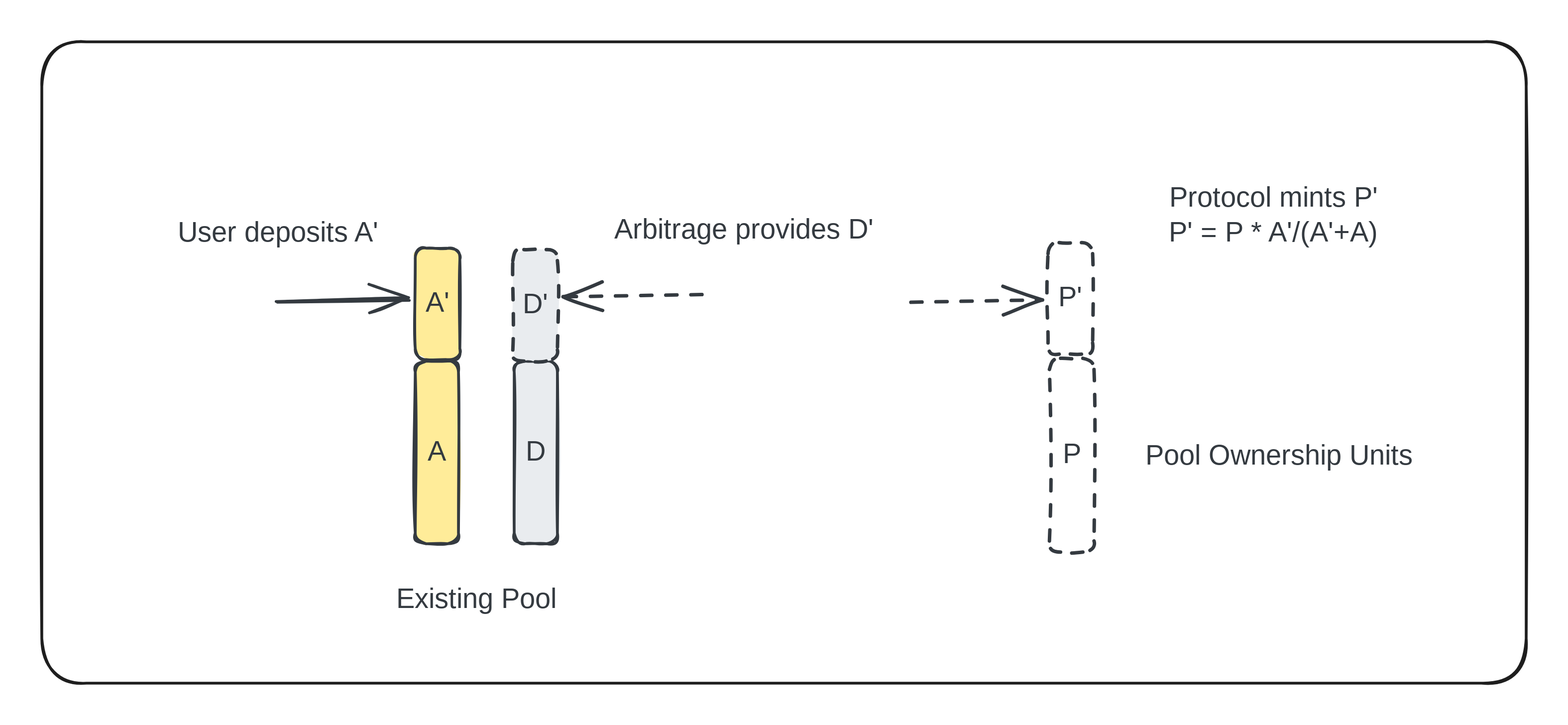
Above: .gitbook/assets/file.excalidraw (9).svg in decaswap-labs/docs (Excalidraw), before the change. Source tidied: one line per element, renumbered; positions are measured from the earlier drawing's top-left corner, leaving out a move shared by most shapes.
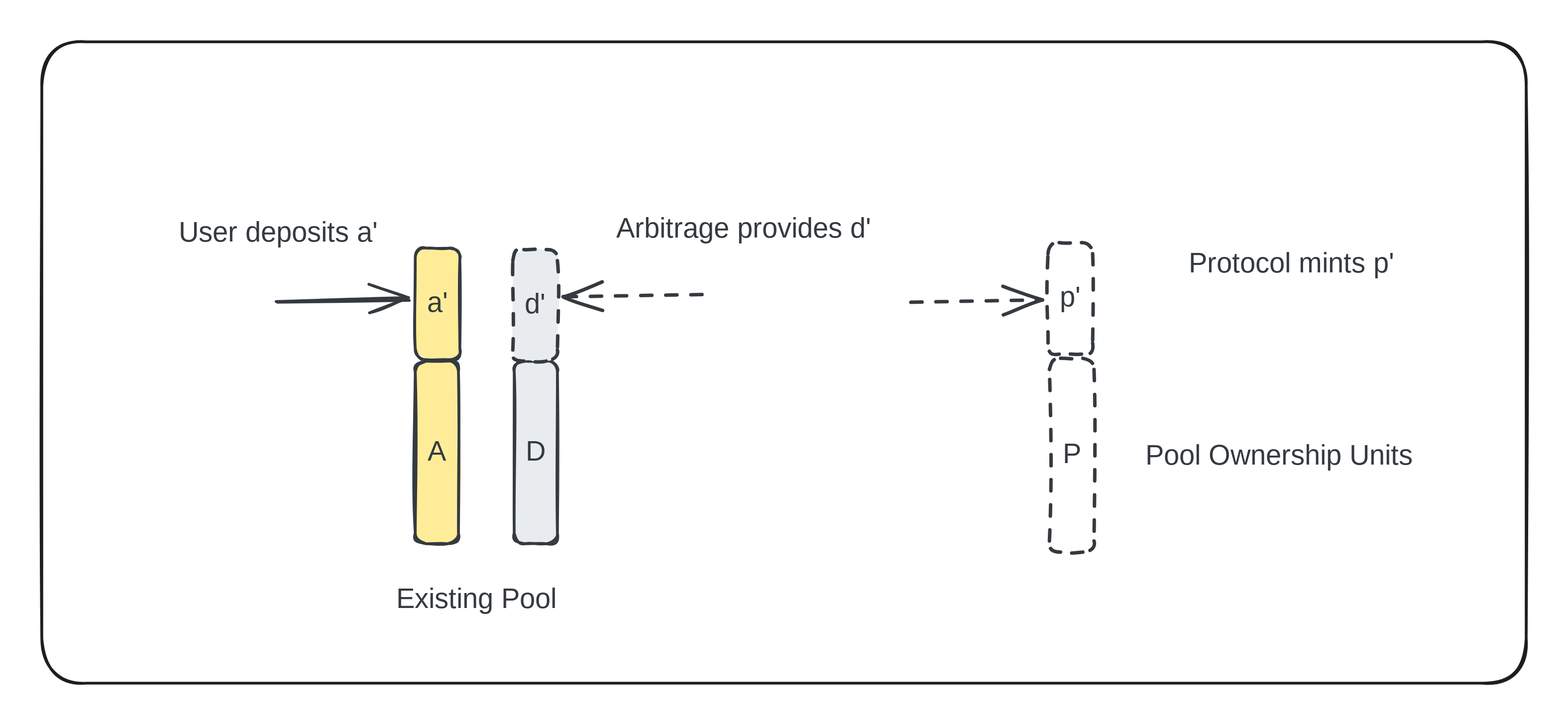
After the change.

Commit message:
GITBOOK-38: No subject

Diff of the diagram source:
```diff
@@ -3,19 +3,19 @@
 {"id": 2, "type": "rectangle", "strokeColor": "#343a40", "backgroundColor": "#e9ecef", "fillStyle": "solid", "strokeWidth": 2, "roughness": 1, "round": true, "x": 339, "y": 229, "width": 31, "height": 131}
 {"id": 3, "type": "text", "text": "D", "strokeColor": "#343a40", "backgroundColor": "#e9ecef", "fillStyle": "solid", "strokeWidth": 2, "roughness": 1, "fontSize": 20, "fontFamily": 1, "textAlign": "center", "verticalAlign": "middle", "inside": 2, "x": 347, "y": 282, "width": 16, "height": 25}
 {"id": 4, "type": "rectangle", "strokeColor": "#343a40", "backgroundColor": "#ffec99", "fillStyle": "solid", "strokeWidth": 2, "roughness": 1, "round": true, "x": 268, "y": 148, "width": 32, "height": 80}
-{"id": 5, "type": "text", "text": "A'", "strokeColor": "#343a40", "backgroundColor": "#e9ecef", "fillStyle": "solid", "strokeWidth": 2, "roughness": 1, "fontSize": 20, "fontFamily": 1, "textAlign": "center", "verticalAlign": "middle", "inside": 4, "x": 275, "y": 176, "width": 18, "height": 25}
+{"id": 5, "type": "text", "text": "a'", "strokeColor": "#343a40", "backgroundColor": "#e9ecef", "fillStyle": "solid", "strokeWidth": 2, "roughness": 1, "fontSize": 20, "fontFamily": 1, "textAlign": "center", "verticalAlign": "middle", "inside": 4, "x": 275, "y": 176, "width": 19, "height": 25}
 {"id": 6, "type": "rectangle", "strokeColor": "#343a40", "backgroundColor": "#e9ecef", "fillStyle": "solid", "strokeWidth": 2, "strokeStyle": "dashed", "roughness": 1, "round": true, "x": 338, "y": 149, "width": 32, "height": 80}
-{"id": 7, "type": "text", "text": "D'", "strokeColor": "#343a40", "backgroundColor": "#e9ecef", "fillStyle": "solid", "strokeWidth": 2, "roughness": 1, "fontSize": 20, "fontFamily": 1, "textAlign": "center", "verticalAlign": "middle", "inside": 6, "x": 343, "y": 176, "width": 21, "height": 25}
+{"id": 7, "type": "text", "text": "d'", "strokeColor": "#343a40", "backgroundColor": "#e9ecef", "fillStyle": "solid", "strokeWidth": 2, "roughness": 1, "fontSize": 20, "fontFamily": 1, "textAlign": "center", "verticalAlign": "middle", "inside": 6, "x": 346, "y": 176, "width": 17, "height": 25}
 {"id": 8, "type": "text", "text": "Existing Pool ", "strokeColor": "#343a40", "backgroundColor": "#e9ecef", "fillStyle": "solid", "strokeWidth": 2, "strokeStyle": "dashed", "roughness": 1, "fontSize": 20, "fontFamily": 1, "textAlign": "center", "x": 247, "y": 388, "width": 136, "height": 25}
-{"id": 9, "type": "text", "text": "User deposits A'", "strokeColor": "#343a40", "backgroundColor": "#e9ecef", "fillStyle": "solid", "strokeWidth": 2, "strokeStyle": "dashed", "roughness": 1, "fontSize": 20, "fontFamily": 1, "textAlign": "center", "x": 88, "y": 125, "width": 164, "height": 25}
+{"id": 9, "type": "text", "text": "User deposits a'", "strokeColor": "#343a40", "backgroundColor": "#e9ecef", "fillStyle": "solid", "strokeWidth": 2, "strokeStyle": "dashed", "roughness": 1, "fontSize": 20, "fontFamily": 1, "textAlign": "center", "x": 88, "y": 125, "width": 164, "height": 25}
-{"id": 10, "type": "text", "text": "Arbitrage provides D'", "strokeColor": "#343a40", "backgroundColor": "#e9ecef", "fillStyle": "solid", "strokeWidth": 2, "strokeStyle": "dashed", "roughness": 1, "fontSize": 20, "fontFamily": 1, "textAlign": "center", "x": 399, "y": 123, "width": 209, "height": 25}
+{"id": 10, "type": "text", "text": "Arbitrage provides d'", "strokeColor": "#343a40", "backgroundColor": "#e9ecef", "fillStyle": "solid", "strokeWidth": 2, "strokeStyle": "dashed", "roughness": 1, "fontSize": 20, "fontFamily": 1, "textAlign": "center", "x": 401, "y": 122, "width": 205, "height": 25}
 {"id": 11, "type": "arrow", "strokeColor": "#343a40", "backgroundColor": "#e9ecef", "fillStyle": "solid", "strokeWidth": 2, "roughness": 1, "endArrowhead": "arrow", "round": true, "to": 4, "x": 168, "y": 186, "width": 95, "height": 1, "points": [[0, 0], [95, -1]]}
 {"id": 12, "type": "arrow", "strokeColor": "#343a40", "backgroundColor": "#e9ecef", "fillStyle": "solid", "strokeWidth": 2, "strokeStyle": "dashed", "roughness": 1, "endArrowhead": "arrow", "round": true, "to": 6, "x": 473, "y": 181, "width": 99, "height": 2, "points": [[0, 0], [-99, 2]]}
 {"id": 13, "type": "rectangle", "strokeColor": "#343a40", "backgroundColor": "#ffffff", "fillStyle": "solid", "strokeWidth": 2, "strokeStyle": "dashed", "roughness": 1, "round": true, "x": 722, "y": 144, "width": 32, "height": 80}
-{"id": 14, "type": "text", "text": "P'", "strokeColor": "#343a40", "backgroundColor": "#e9ecef", "fillStyle": "solid", "strokeWidth": 2, "roughness": 1, "fontSize": 20, "fontFamily": 1, "textAlign": "center", "verticalAlign": "middle", "inside": 13, "x": 729, "y": 172, "width": 19, "height": 25}
+{"id": 14, "type": "text", "text": "p'", "strokeColor": "#343a40", "backgroundColor": "#e9ecef", "fillStyle": "solid", "strokeWidth": 2, "roughness": 1, "fontSize": 20, "fontFamily": 1, "textAlign": "center", "verticalAlign": "middle", "inside": 13, "x": 730, "y": 172, "width": 15, "height": 25}
 {"id": 15, "type": "rectangle", "strokeColor": "#343a40", "backgroundColor": "#ffffff", "fillStyle": "solid", "strokeWidth": 2, "strokeStyle": "dashed", "roughness": 1, "round": true, "x": 723, "y": 227, "width": 32, "height": 139}
 {"id": 16, "type": "text", "text": "P", "strokeColor": "#343a40", "backgroundColor": "#e9ecef", "fillStyle": "solid", "strokeWidth": 2, "roughness": 1, "fontSize": 20, "fontFamily": 1, "textAlign": "center", "verticalAlign": "middle", "inside": 15, "x": 732, "y": 284, "width": 13, "height": 25}
-{"id": 17, "type": "text", "text": "Protocol mints P'\nP' = P * A'/(A'+A)", "strokeColor": "#343a40", "backgroundColor": "#e9ecef", "fillStyle": "solid", "strokeWidth": 2, "strokeStyle": "dashed", "roughness": 1, "fontSize": 20, "fontFamily": 1, "textAlign": "center", "x": 793, "y": 100, "width": 182, "height": 50}
+{"id": 17, "type": "text", "text": "Protocol mints p'", "strokeColor": "#343a40", "backgroundColor": "#e9ecef", "fillStyle": "solid", "strokeWidth": 2, "strokeStyle": "dashed", "roughness": 1, "fontSize": 20, "fontFamily": 1, "textAlign": "center", "x": 814, "y": 147, "width": 165, "height": 25}
 {"id": 18, "type": "arrow", "strokeColor": "#343a40", "backgroundColor": "#e9ecef", "fillStyle": "solid", "strokeWidth": 2, "strokeStyle": "dashed", "roughness": 1, "endArrowhead": "arrow", "round": true, "to": 13, "x": 623, "y": 187, "width": 95, "height": 1, "points": [[0, 0], [95, -1]]}
 {"id": 19, "type": "text", "text": "Pool Ownership Units", "strokeColor": "#343a40", "backgroundColor": "#e9ecef", "fillStyle": "solid", "strokeWidth": 2, "strokeStyle": "dashed", "roughness": 1, "fontSize": 20, "fontFamily": 1, "textAlign": "center", "x": 787, "y": 285, "width": 201, "height": 25}
 {"id": 20, "type": "rectangle", "strokeColor": "#1e1e1e", "strokeWidth": 2, "roughness": 1, "round": true, "x": 0, "y": 0, "width": 1065, "height": 460}
```
